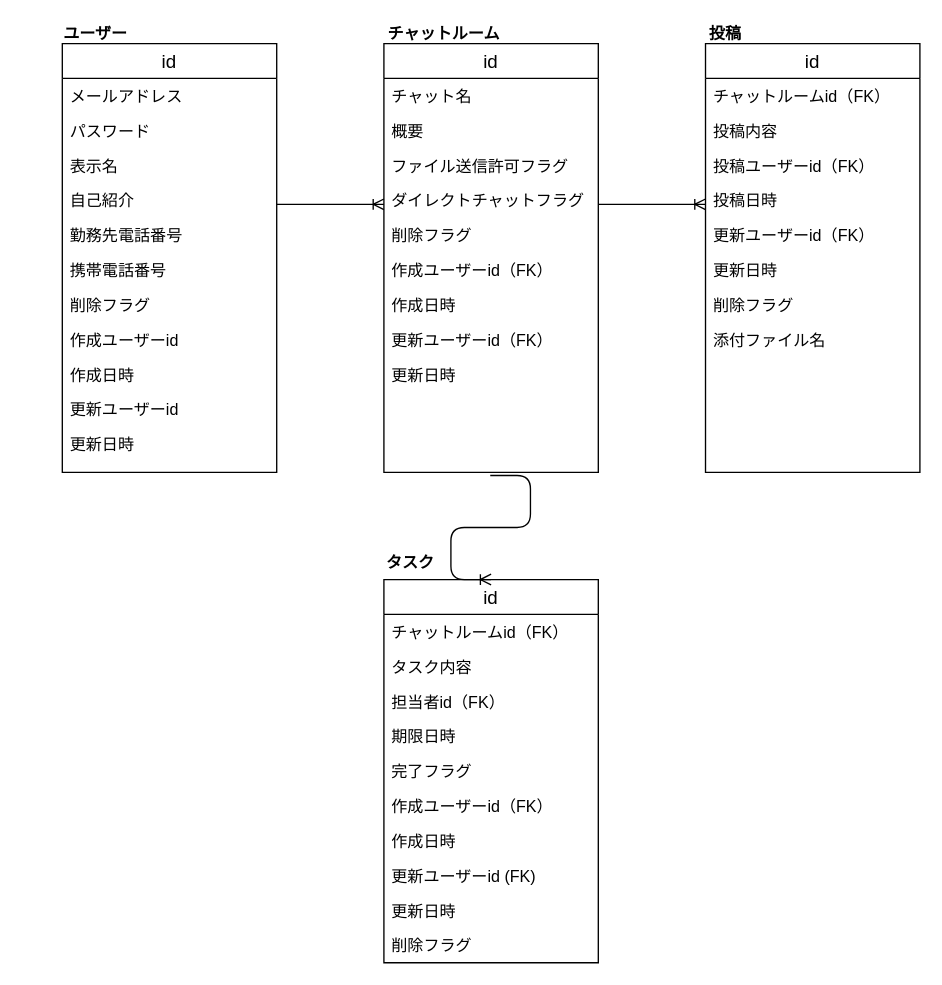
KakoFujimoto/database keeps this draw.io diagram as db/db-challenge1/er.drawio. Above is the earlier version. Source tidied: cells renumbered, new cells numbered last; positions are measured from the earlier drawing's top-left corner, leaving out a move shared by most shapes. Both pictures are drawn from the tidied source at 134%, with x=0, y=0 at pixel (21, 21).
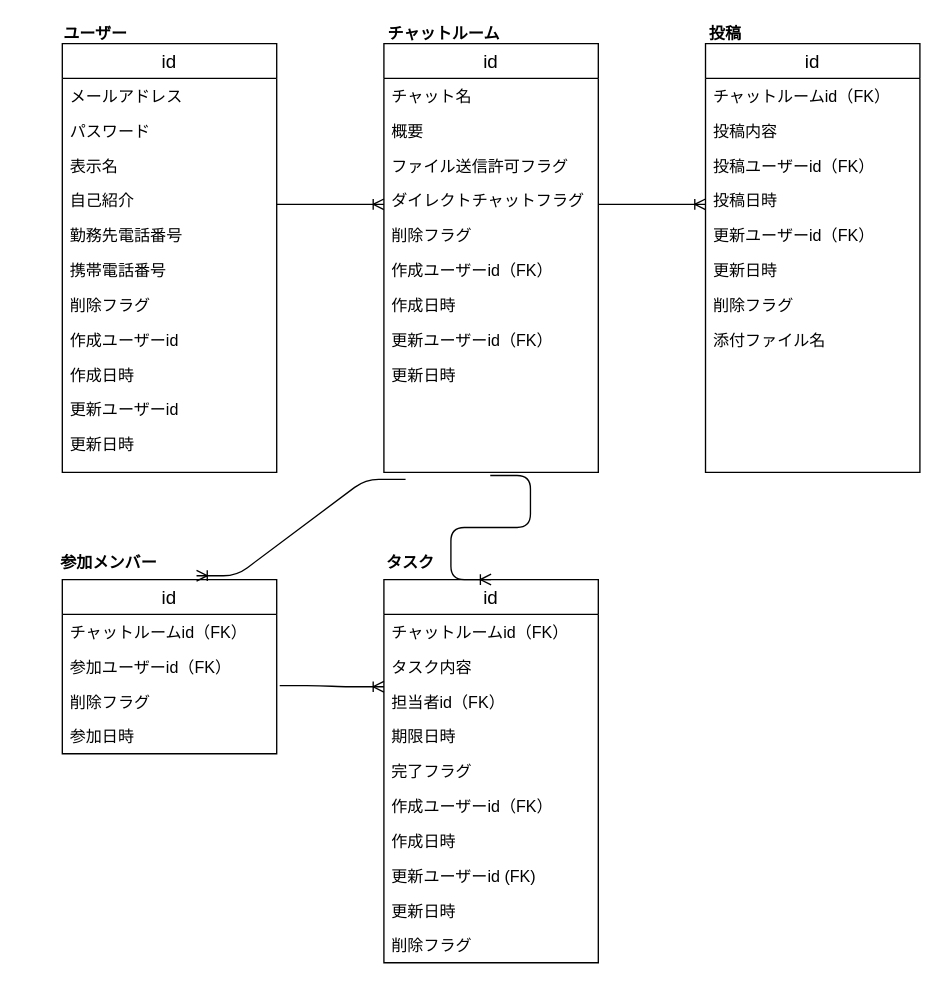
The same diagram, later.

Commit message:
「参加メンバー」エンティティを追加

The change refers to these unchanged cells:
```xml
<mxCell id="40" style="text;fillColor=none;align=left;verticalAlign=middle;spacingTop=-1;spacingLeft=4;spacingRight=4;labelPosition=right;points=[];portConstraint=eastwest;fontSize=12;" parent="30" vertex="1">
  <mxGeometry y="260" width="160" height="60" as="geometry" />
</mxCell>
```

Diff of the diagram source:
```diff
@@
+    <mxCell id="56" value="id" style="swimlane;fontStyle=0;horizontal=1;startSize=26;align=center;fontSize=14;" parent="1" vertex="1">
+      <mxGeometry x="30" y="416" width="160" height="130" as="geometry" />
+    </mxCell>
+    <mxCell id="57" value="チャットルームid（FK）" style="text;strokeColor=none;fillColor=none;spacingLeft=4;spacingRight=4;overflow=hidden;fontSize=12;" parent="56" vertex="1">
+      <mxGeometry y="26" width="160" height="26" as="geometry" />
+    </mxCell>
+    <mxCell id="58" value="参加ユーザーid（FK）" style="text;strokeColor=none;fillColor=none;spacingLeft=4;spacingRight=4;overflow=hidden;fontSize=12;" parent="56" vertex="1">
+      <mxGeometry y="52" width="160" height="26" as="geometry" />
+    </mxCell>
+    <mxCell id="59" value="削除フラグ" style="text;strokeColor=none;fillColor=none;spacingLeft=4;spacingRight=4;overflow=hidden;points=[[0,0.5],[1,0.5]];portConstraint=eastwest;fontSize=12;" parent="56" vertex="1">
+      <mxGeometry y="78" width="160" height="26" as="geometry" />
+    </mxCell>
+    <mxCell id="60" value="参加日時" style="text;strokeColor=none;fillColor=none;spacingLeft=4;spacingRight=4;overflow=hidden;fontSize=12;" parent="56" vertex="1">
+      <mxGeometry y="104" width="160" height="26" as="geometry" />
+    </mxCell>
+    <mxCell id="61" value="参加メンバー" style="text;align=center;verticalAlign=middle;spacingLeft=4;spacingRight=4;fontSize=12;fontStyle=1;" parent="1" vertex="1">
+      <mxGeometry x="30" y="390" width="70" height="26" as="geometry" />
+    </mxCell>
+    <mxCell id="62" style="edgeStyle=entityRelationEdgeStyle;fontSize=12;html=1;endArrow=ERoneToMany;entryX=0.626;entryY=-0.022;entryDx=0;entryDy=0;entryPerimeter=0;exitX=0.101;exitY=1.087;exitDx=0;exitDy=0;exitPerimeter=0;" parent="1" edge="1" source="40" target="56">
+      <mxGeometry relative="1" as="geometry" />
+    </mxCell>
+    <mxCell id="63" style="edgeStyle=entityRelationEdgeStyle;fontSize=12;html=1;endArrow=ERoneToMany;exitX=1.014;exitY=0.046;exitDx=0;exitDy=0;exitPerimeter=0;" parent="1" edge="1" source="59">
+      <mxGeometry relative="1" as="geometry">
+        <mxPoint x="270" y="496" as="targetPoint" />
+      </mxGeometry>
+    </mxCell>
```
